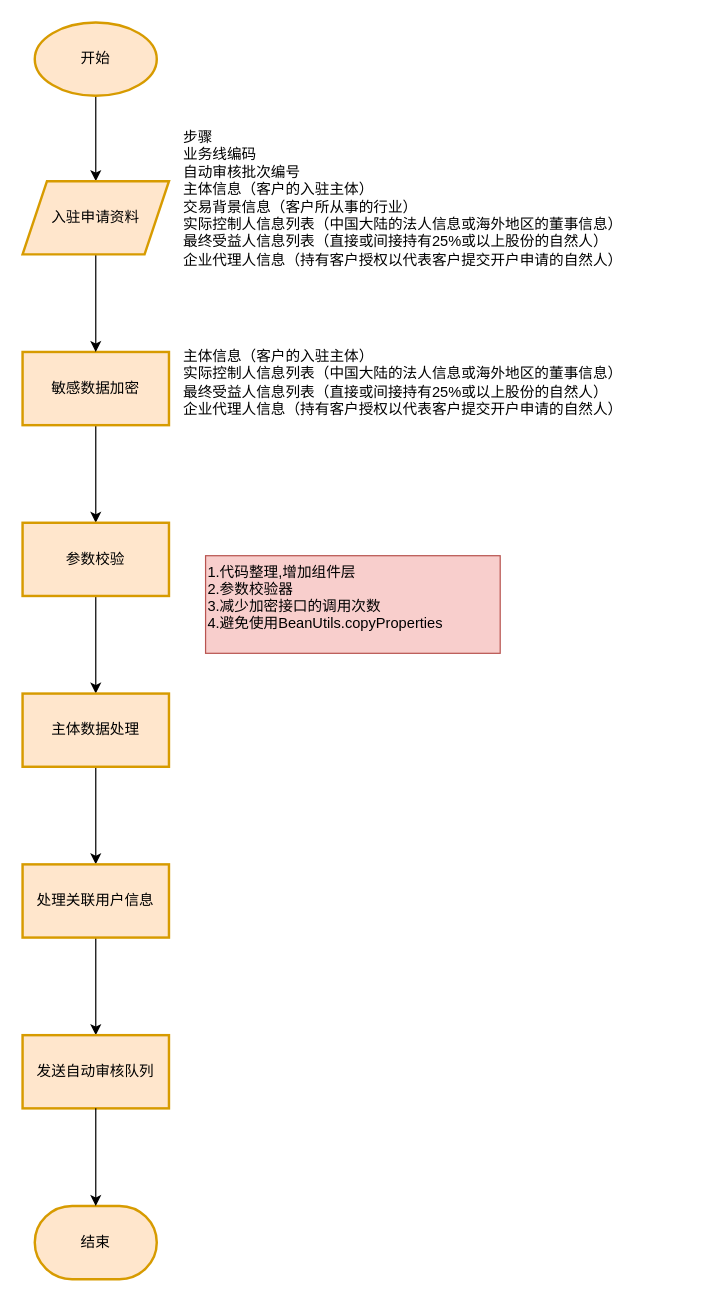
SteveGlory/steveglory.github.io keeps this draw.io diagram as 商户入驻.drawio. Above is the earlier version. Source tidied: cells renumbered, new cells numbered last; positions are measured from the earlier drawing's top-left corner, leaving out a move shared by most shapes. Both pictures are drawn from the tidied source at 122%, with x=0, y=0 at pixel (22, 22).
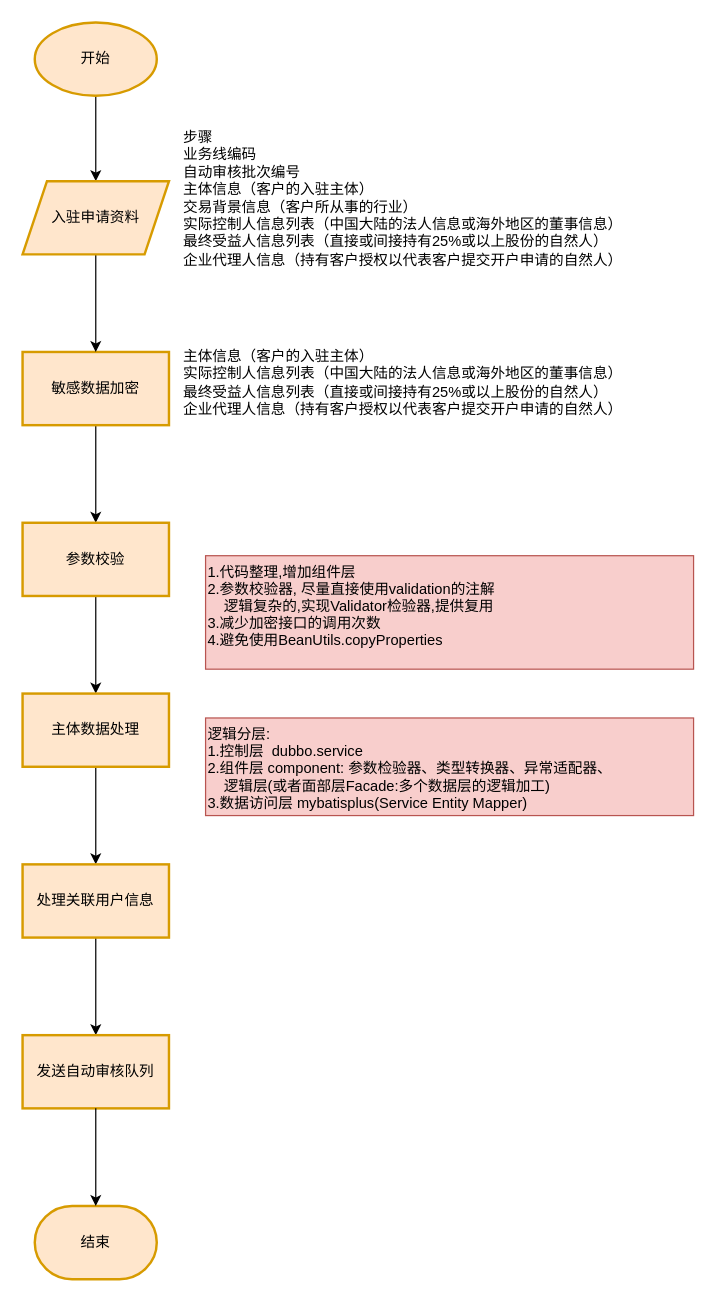
The same page after the edit.

Commit message:
更新商户入驻.drawio

What changed in the source:
```diff
@@
-    <mxCell id="19" value="1.代码整理,增加组件层&#10;2.参数校验器&#10;3.减少加密接口的调用次数&#10;4.避免使用BeanUtils.copyProperties" style="group;fillColor=#f8cecc;strokeColor=#b85450;align=left;" parent="1" vertex="1">
-      <mxGeometry x="150" y="437" width="241.5" height="80" as="geometry" />
+    <mxCell id="19" value="1.代码整理,增加组件层&#10;2.参数校验器, 尽量直接使用validation的注解&#10;    逻辑复杂的,实现Validator检验器,提供复用&#10;3.减少加密接口的调用次数&#10;4.避免使用BeanUtils.copyProperties" style="group;fillColor=#f8cecc;strokeColor=#b85450;align=left;" parent="1" vertex="1">
+      <mxGeometry x="150" y="437" width="400" height="93" as="geometry" />
     </mxCell>
+    <mxCell id="20" value="逻辑分层:&#10;1.控制层  dubbo.service&#10;2.组件层 component: 参数检验器、类型转换器、异常适配器、&#10;    逻辑层(或者面部层Facade:多个数据层的逻辑加工)&#10;3.数据访问层 mybatisplus(Service Entity Mapper)" style="group;fillColor=#f8cecc;strokeColor=#b85450;align=left;" parent="1" vertex="1">
+      <mxGeometry x="150" y="570" width="400" height="80" as="geometry" />
+    </mxCell>
```
